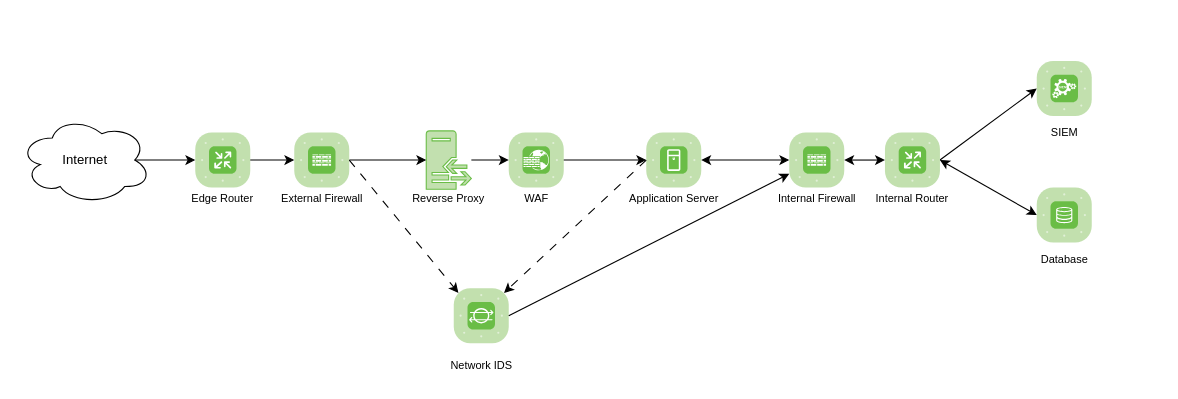
Before: High-Level-System-Overview.drawio in davidseitz/SichereDMZ, a draw.io diagram. Source tidied: cells renumbered, new cells numbered last; positions are measured from the earlier drawing's top-left corner, leaving out a move shared by most shapes. Both pictures are drawn from the tidied source at 110%, with x=0, y=0 at pixel (19, 61).
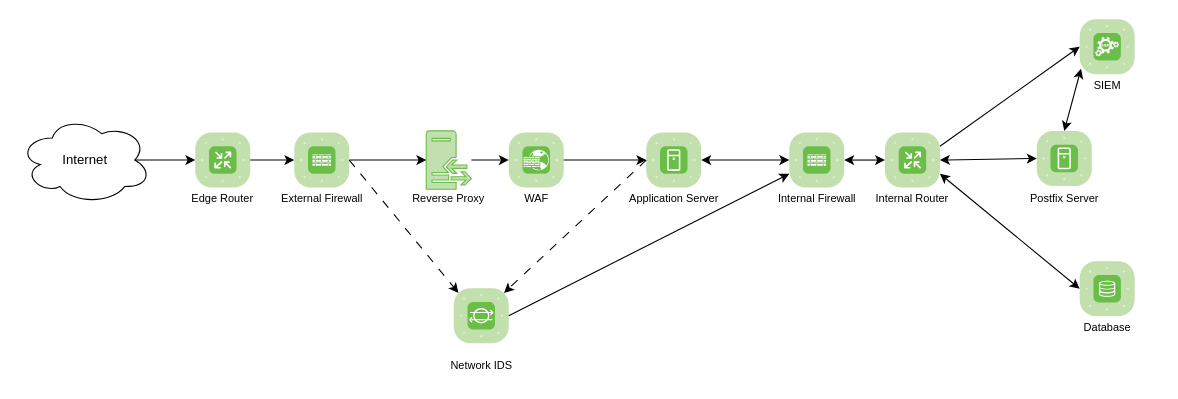
The same diagram, later.

Commit message (it also covers changes not shown here):
Added postfix to diagram and selected components for setup

The change refers to these unchanged cells:
```xml
<mxCell id="32" style="verticalLabelPosition=bottom;sketch=0;html=1;fillColor=#6ABD46;strokeColor=#ffffff;verticalAlign=top;align=center;points=[[0.085,0.085,0],[0.915,0.085,0],[0.915,0.915,0],[0.085,0.915,0],[0.25,0,0],[0.5,0,0],[0.75,0,0],[1,0.25,0],[1,0.5,0],[1,0.75,0],[0.75,1,0],[0.5,1,0],[0.25,1,0],[0,0.75,0],[0,0.5,0],[0,0.25,0]];shape=mxgraph.cisco_safe.compositeIcon;bgIcon=mxgraph.cisco_safe.architecture.generic_appliance;resIcon=mxgraph.cisco_safe.architecture.router;" parent="1" vertex="1">
  <mxGeometry x="787" y="65" width="50" height="50" as="geometry" />
</mxCell>
```

What changed in the source:
```diff
@@
     <mxCell id="7" style="verticalLabelPosition=bottom;sketch=0;html=1;fillColor=#6ABD46;strokeColor=#ffffff;verticalAlign=top;align=center;points=[[0.085,0.085,0],[0.915,0.085,0],[0.915,0.915,0],[0.085,0.915,0],[0.25,0,0],[0.5,0,0],[0.75,0,0],[1,0.25,0],[1,0.5,0],[1,0.75,0],[0.75,1,0],[0.5,1,0],[0.25,1,0],[0,0.75,0],[0,0.5,0],[0,0.25,0]];shape=mxgraph.cisco_safe.compositeIcon;bgIcon=mxgraph.cisco_safe.architecture.generic_appliance;resIcon=mxgraph.cisco_safe.architecture.storage;" parent="1" vertex="1">
-      <mxGeometry x="925" y="115" width="50" height="50" as="geometry" />
+      <mxGeometry x="964" y="182" width="50" height="50" as="geometry" />
     </mxCell>
@@
     <mxCell id="9" style="verticalLabelPosition=bottom;sketch=0;html=1;fillColor=#6ABD46;strokeColor=#ffffff;verticalAlign=top;align=center;points=[[0.085,0.085,0],[0.915,0.085,0],[0.915,0.915,0],[0.085,0.915,0],[0.25,0,0],[0.5,0,0],[0.75,0,0],[1,0.25,0],[1,0.5,0],[1,0.75,0],[0.75,1,0],[0.5,1,0],[0.25,1,0],[0,0.75,0],[0,0.5,0],[0,0.25,0]];shape=mxgraph.cisco_safe.compositeIcon;bgIcon=mxgraph.cisco_safe.architecture.generic_appliance;resIcon=mxgraph.cisco_safe.architecture.siem;" parent="1" vertex="1">
-      <mxGeometry x="925" width="50" height="50" as="geometry" />
+      <mxGeometry x="964" y="-38" width="50" height="50" as="geometry" />
     </mxCell>
@@
-    <mxCell id="16" style="endArrow=classic;html=1;rounded=0;entryX=0;entryY=0.5;entryDx=0;entryDy=0;entryPerimeter=0;startArrow=classic;startFill=1;exitX=1;exitY=0.5;exitDx=0;exitDy=0;exitPerimeter=0;" parent="1" edge="1" source="32" target="7">
+    <mxCell id="16" style="endArrow=classic;html=1;rounded=0;entryX=0;entryY=0.5;entryDx=0;entryDy=0;entryPerimeter=0;startArrow=classic;startFill=1;exitX=1;exitY=0.75;exitDx=0;exitDy=0;exitPerimeter=0;" parent="1" edge="1" source="32" target="7">
       <mxGeometry relative="1" as="geometry" />
     </mxCell>
-    <mxCell id="17" style="endArrow=classic;html=1;rounded=0;entryX=0;entryY=0.5;entryDx=0;entryDy=0;entryPerimeter=0;exitX=1;exitY=0.5;exitDx=0;exitDy=0;exitPerimeter=0;" parent="1" edge="1" source="32" target="9">
+    <mxCell id="17" style="endArrow=classic;html=1;rounded=0;entryX=0;entryY=0.5;entryDx=0;entryDy=0;entryPerimeter=0;exitX=1;exitY=0.25;exitDx=0;exitDy=0;exitPerimeter=0;" parent="1" edge="1" source="32" target="9">
       <mxGeometry relative="1" as="geometry" />
     </mxCell>
@@
     <mxCell id="27" value="&lt;font style=&quot;font-size: 10px;&quot;&gt;SIEM&lt;/font&gt;" style="text;html=1;align=center;verticalAlign=middle;whiteSpace=wrap;rounded=0;" parent="1" vertex="1">
-      <mxGeometry x="902.5" y="50" width="95" height="30" as="geometry" />
+      <mxGeometry x="941.5" y="7" width="95" height="30" as="geometry" />
     </mxCell>
     <mxCell id="28" value="&lt;font style=&quot;font-size: 10px;&quot;&gt;Database&lt;/font&gt;" style="text;html=1;align=center;verticalAlign=middle;whiteSpace=wrap;rounded=0;" parent="1" vertex="1">
-      <mxGeometry x="902.5" y="165" width="95" height="30" as="geometry" />
+      <mxGeometry x="941.5" y="226.5" width="95" height="30" as="geometry" />
     </mxCell>
@@
+    <mxCell id="35" style="verticalLabelPosition=bottom;sketch=0;html=1;fillColor=#6ABD46;strokeColor=#ffffff;verticalAlign=top;align=center;points=[[0.085,0.085,0],[0.915,0.085,0],[0.915,0.915,0],[0.085,0.915,0],[0.25,0,0],[0.5,0,0],[0.75,0,0],[1,0.25,0],[1,0.5,0],[1,0.75,0],[0.75,1,0],[0.5,1,0],[0.25,1,0],[0,0.75,0],[0,0.5,0],[0,0.25,0]];shape=mxgraph.cisco_safe.compositeIcon;bgIcon=mxgraph.cisco_safe.architecture.generic_appliance;resIcon=mxgraph.cisco_safe.architecture.server;" parent="1" vertex="1">
+      <mxGeometry x="925" y="63.5" width="50" height="50" as="geometry" />
+    </mxCell>
+    <mxCell id="36" value="&lt;font style=&quot;font-size: 10px;&quot;&gt;Postfix Server&lt;/font&gt;" style="text;html=1;align=center;verticalAlign=middle;whiteSpace=wrap;rounded=0;" parent="1" vertex="1">
+      <mxGeometry x="902.5" y="109.5" width="95" height="30" as="geometry" />
+    </mxCell>
+    <mxCell id="37" style="endArrow=classic;startArrow=classic;html=1;rounded=0;entryX=0.25;entryY=0;entryDx=0;entryDy=0;exitX=0.5;exitY=0;exitDx=0;exitDy=0;exitPerimeter=0;" parent="1" edge="1" source="35" target="27">
+      <mxGeometry relative="1" as="geometry" />
+    </mxCell>
+    <mxCell id="38" style="endArrow=classic;startArrow=classic;html=1;rounded=0;entryX=0;entryY=0.5;entryDx=0;entryDy=0;entryPerimeter=0;exitX=1;exitY=0.5;exitDx=0;exitDy=0;exitPerimeter=0;" parent="1" edge="1" source="32" target="35">
+      <mxGeometry relative="1" as="geometry" />
+    </mxCell>
```
